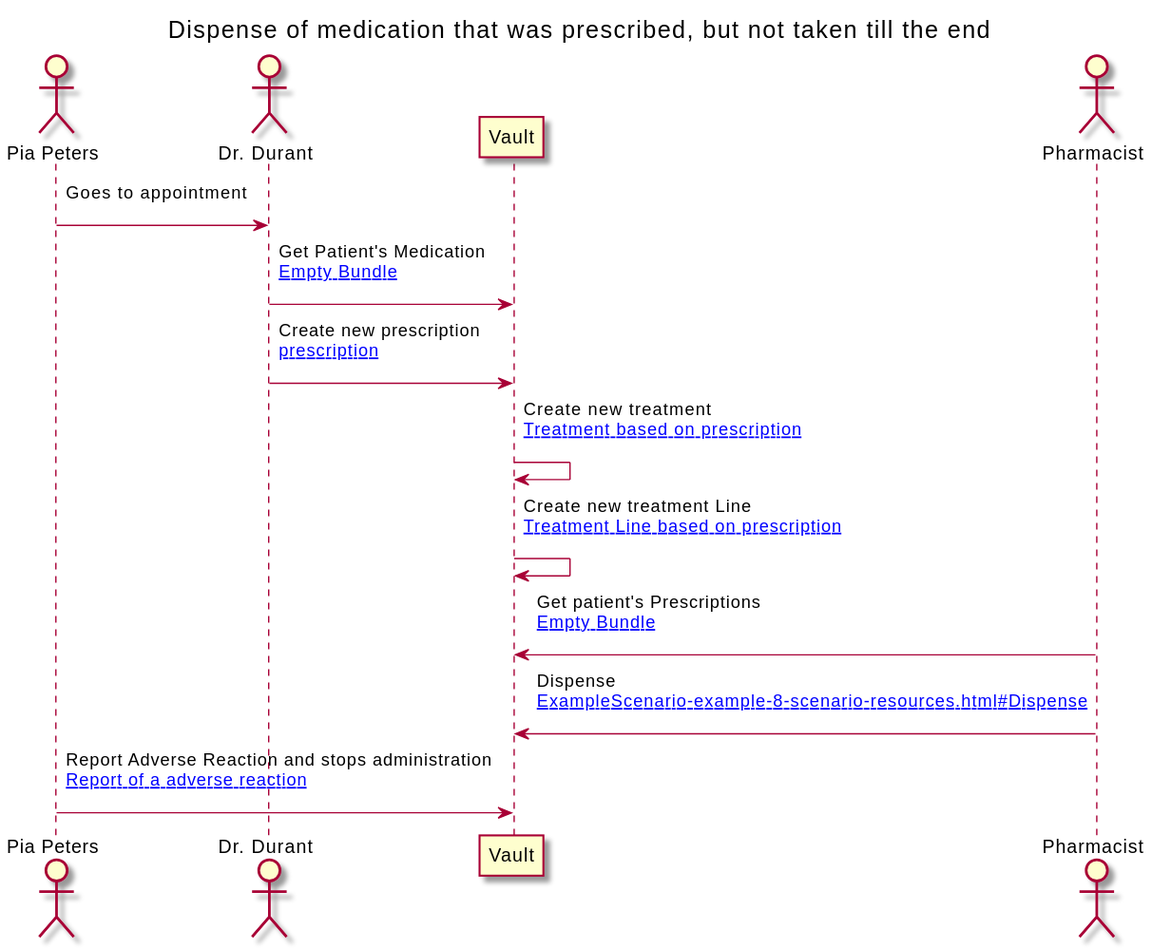
Above: branches/master/ExampleScenario-example-8-scenario.svg in costateixeira/hl7-be-fhir-medication (PlantUML), before the change.
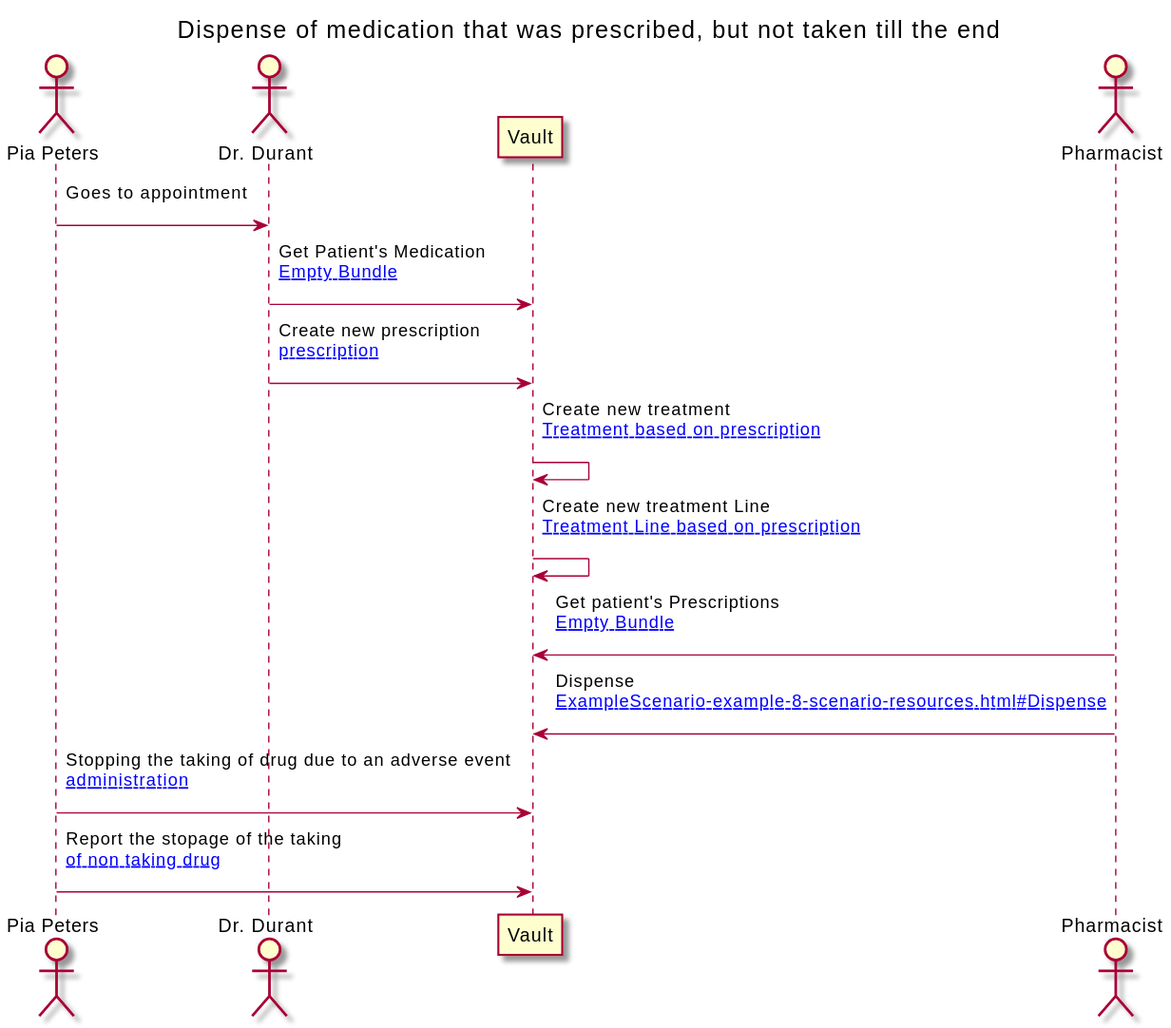
After the change.

Change to the diagram source:
```diff
@@ -19,7 +19,8 @@
     VAULT-> VAULT : Create new treatment Line\n[[ExampleScenario-example-8-scenario-resources.html#New Treatment Line based on prescription]]\n
     PHARM-> VAULT : Get patient's Prescriptions\n[[ExampleScenario-example-8-scenario-resources.html#EB Empty Bundle]]\n
     PHARM-> VAULT : Dispense\n[[ExampleScenario-example-8-scenario-resources.html#Dispense]]\n
-    PATIENT-> VAULT : Report Adverse Reaction and stops administration\n[[ExampleScenario-example-8-scenario-resources.html#Administration Report of a adverse reaction]]\n
+    PATIENT-> VAULT : Stopping the taking of drug due to an adverse event\n[[ExampleScenario-example-8-scenario-resources.html#Drug administration]]\n
+    PATIENT-> VAULT : Report the stopage of the taking\n[[ExampleScenario-example-8-scenario-resources.html#Report of non taking drug]]\n
 
 
 @enduml
```
